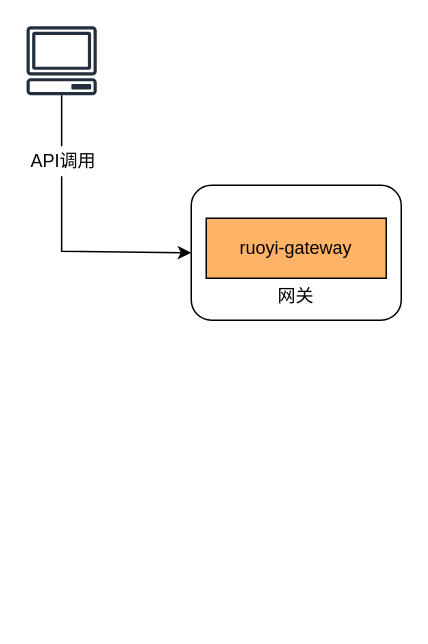
Earlier version of the draw.io diagram Untitled Diagram.drawio (wz0990/android-Camera2Basic). Source tidied: cells renumbered, new cells numbered last; positions are measured from the earlier drawing's top-left corner, leaving out a move shared by most shapes. Both pictures are drawn from the tidied source at 150%, with x=0, y=0 at pixel (26, 26).
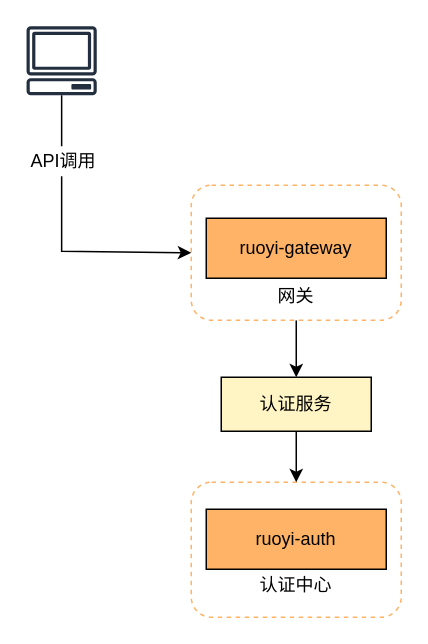
The same page after the edit.

What changed in the source:
```diff
@@
 <mxGraphModel>
   <root>
     <mxCell id="0" />
     <mxCell id="1" parent="0" />
+    <mxCell id="8" style="rounded=1;whiteSpace=wrap;html=1;shadow=0;fillColor=#FFFFFF;dashed=1;strokeWidth=1;strokeColor=#FFB366;" parent="1" vertex="1">
+      <mxGeometry x="110" y="304" width="140" height="90" as="geometry" />
+    </mxCell>
+    <mxCell id="9" style="edgeStyle=orthogonalEdgeStyle;rounded=0;jettySize=auto;html=1;exitX=0.5;exitY=1;exitDx=0;exitDy=0;" parent="1" edge="1" source="2" target="11">
+      <mxGeometry relative="1" as="geometry" />
+    </mxCell>
-    <mxCell id="2" style="rounded=1;whiteSpace=wrap;html=1;shadow=0;fillColor=#FFFFFF;" parent="1" vertex="1">
+    <mxCell id="2" style="rounded=1;whiteSpace=wrap;html=1;shadow=0;fillColor=#FFFFFF;dashed=1;strokeWidth=1;strokeColor=#FFB366;" parent="1" vertex="1">
       <mxGeometry x="110" y="106" width="140" height="90" as="geometry" />
     </mxCell>
     <mxCell id="3" style="edgeStyle=orthogonalEdgeStyle;rounded=0;jettySize=auto;html=1;entryX=0;entryY=0.5;entryDx=0;entryDy=0;" parent="1" edge="1" source="4" target="2">
       <mxGeometry relative="1" as="geometry">
         <Array as="points">
           <mxPoint x="24" y="150" />
           <mxPoint x="110" y="150" />
         </Array>
       </mxGeometry>
     </mxCell>
     <mxCell id="4" style="outlineConnect=0;fontColor=#232F3E;gradientColor=none;fillColor=#232F3E;strokeColor=none;dashed=0;verticalLabelPosition=bottom;verticalAlign=top;align=center;html=1;fontSize=12;fontStyle=0;shape=mxgraph.aws4.client;" parent="1" vertex="1">
       <mxGeometry width="47.2" height="46" as="geometry" />
     </mxCell>
     <mxCell id="5" value="ruoyi-gateway" style="rounded=0;whiteSpace=wrap;html=1;fillColor=#FFB366;" parent="1" vertex="1">
       <mxGeometry x="120" y="128" width="120" height="40" as="geometry" />
     </mxCell>
     <mxCell id="6" value="网关" style="text;html=1;strokeColor=none;fillColor=none;align=center;verticalAlign=middle;whiteSpace=wrap;rounded=0;" parent="1" vertex="1">
       <mxGeometry x="155" y="170" width="50" height="20" as="geometry" />
     </mxCell>
     <mxCell id="7" value="API调用" style="text;html=1;strokeColor=none;fillColor=#FFFFFF;align=center;verticalAlign=middle;whiteSpace=wrap;rounded=0;shadow=0;" parent="1" vertex="1">
       <mxGeometry y="80" width="50" height="20" as="geometry" />
     </mxCell>
+    <mxCell id="10" style="edgeStyle=orthogonalEdgeStyle;rounded=0;jettySize=auto;html=1;entryX=0.5;entryY=0;entryDx=0;entryDy=0;" parent="1" edge="1" source="11" target="8">
+      <mxGeometry relative="1" as="geometry" />
+    </mxCell>
+    <mxCell id="11" value="认证服务" style="rounded=0;whiteSpace=wrap;html=1;fillColor=#FFF4C3;" parent="1" vertex="1">
+      <mxGeometry x="130" y="234" width="100" height="36" as="geometry" />
+    </mxCell>
+    <mxCell id="12" value="ruoyi-auth" style="rounded=0;whiteSpace=wrap;html=1;fillColor=#FFB366;" parent="1" vertex="1">
+      <mxGeometry x="120" y="322" width="120" height="40" as="geometry" />
+    </mxCell>
+    <mxCell id="13" value="认证中心" style="text;html=1;strokeColor=none;fillColor=none;align=center;verticalAlign=middle;whiteSpace=wrap;rounded=0;" parent="1" vertex="1">
+      <mxGeometry x="155" y="363" width="50" height="20" as="geometry" />
+    </mxCell>
   </root>
 </mxGraphModel>
```
